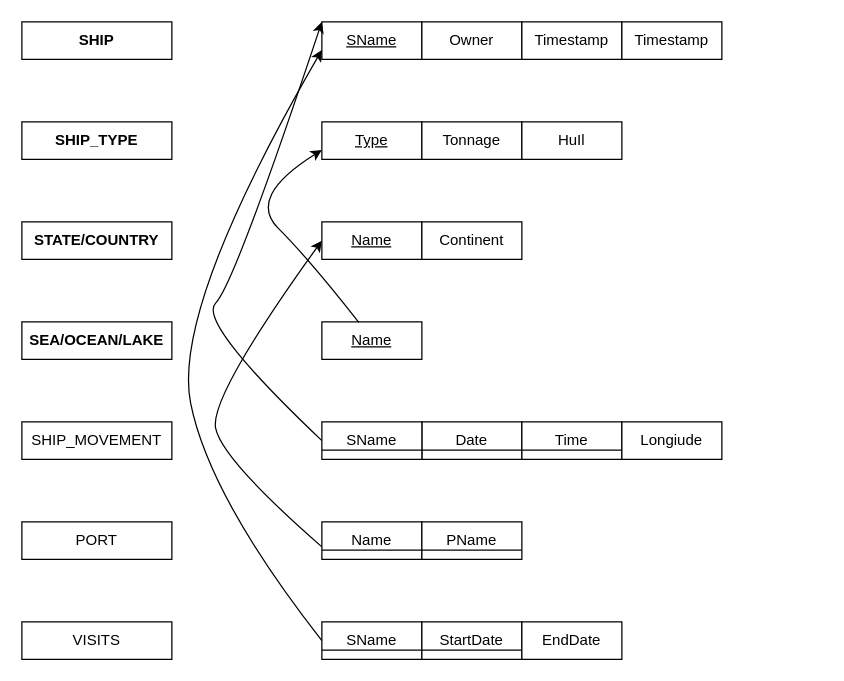
Above: W7.drawio in kieuvantuyen01/testGit (draw.io), before the change. Source tidied: cells renumbered, new cells numbered last; positions are measured from the earlier drawing's top-left corner, leaving out a move shared by most shapes. Both pictures are drawn from the tidied source at 125%, with x=0, y=0 at pixel (21, 21).
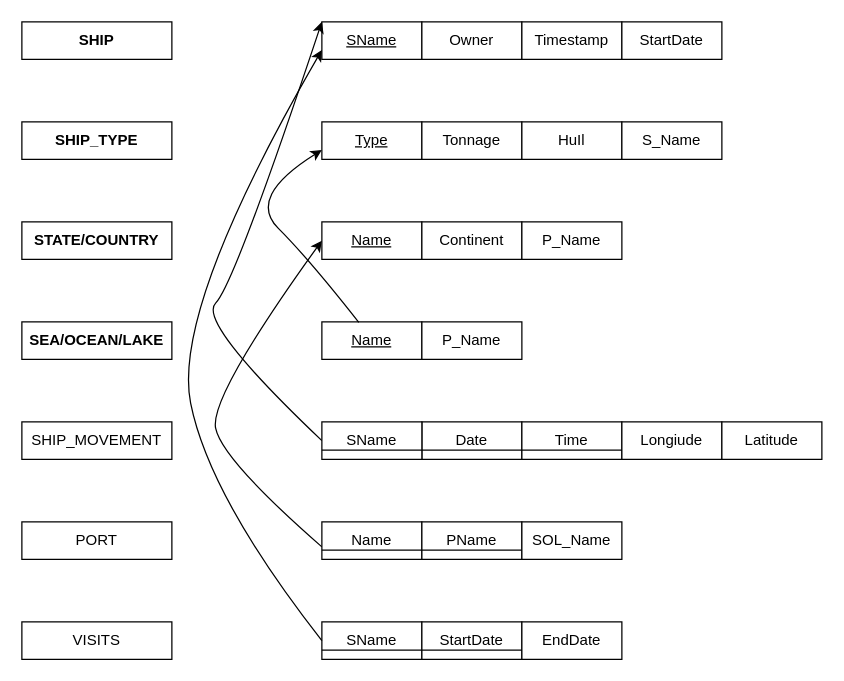
The same diagram, later.

The edit, as a diff of the source:
```diff
@@
-    <mxCell id="34" value="Timestamp" style="rounded=0;whiteSpace=wrap;html=1;" parent="1" vertex="1">
-      <mxGeometry x="480" width="80" height="30" as="geometry" />
+    <mxCell id="34" value="S_Name" style="rounded=0;whiteSpace=wrap;html=1;" parent="1" vertex="1">
+      <mxGeometry x="480" y="80" width="80" height="30" as="geometry" />
     </mxCell>
+    <mxCell id="35" value="P_Name" style="rounded=0;whiteSpace=wrap;html=1;" parent="1" vertex="1">
+      <mxGeometry x="400" y="160" width="80" height="30" as="geometry" />
+    </mxCell>
+    <mxCell id="36" value="P_Name" style="rounded=0;whiteSpace=wrap;html=1;" parent="1" vertex="1">
+      <mxGeometry x="320" y="240" width="80" height="30" as="geometry" />
+    </mxCell>
+    <mxCell id="37" value="StartDate" style="rounded=0;whiteSpace=wrap;html=1;" parent="1" vertex="1">
+      <mxGeometry x="480" width="80" height="30" as="geometry" />
+    </mxCell>
+    <mxCell id="38" value="Latitude" style="rounded=0;whiteSpace=wrap;html=1;" parent="1" vertex="1">
+      <mxGeometry x="560" y="320" width="80" height="30" as="geometry" />
+    </mxCell>
+    <mxCell id="39" value="SOL_Name" style="rounded=0;whiteSpace=wrap;html=1;" parent="1" vertex="1">
+      <mxGeometry x="400" y="400" width="80" height="30" as="geometry" />
+    </mxCell>
```
